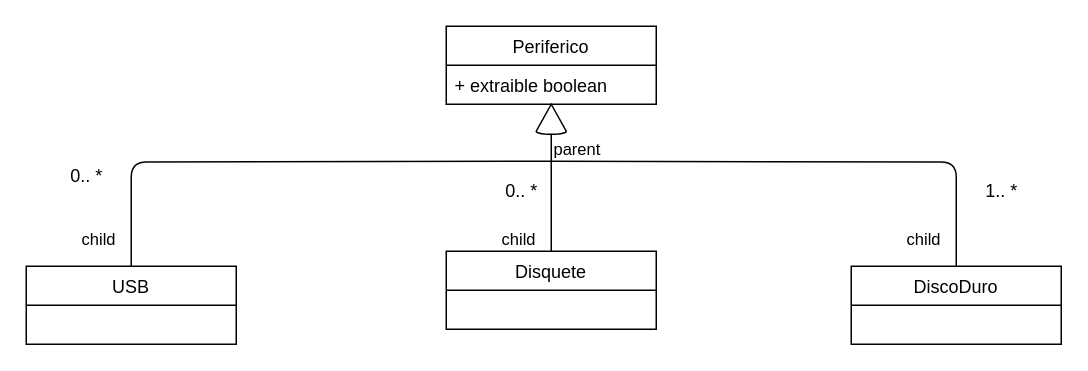
Above: uml/periferico.drawio in javierpb275/lenguaje-marcas (draw.io), before the change. Source tidied: cells renumbered, new cells numbered last; positions are measured from the earlier drawing's top-left corner, leaving out a move shared by most shapes. Both pictures are drawn from the tidied source at 150%, with x=0, y=0 at pixel (26, 26).
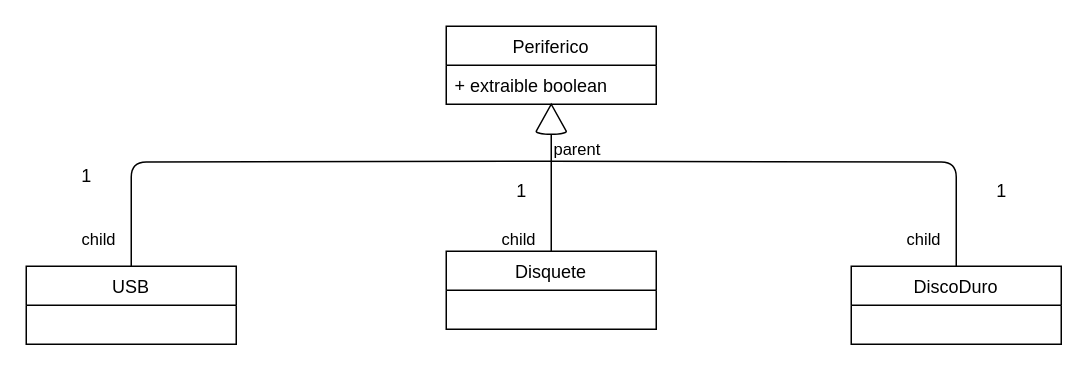
Above is the later version.

Diff of the diagram source:
```diff
@@
-    <mxCell id="16" value="0.. *" style="text;html=1;align=center;verticalAlign=middle;" parent="1" vertex="1">
-      <mxGeometry x="20" y="90" width="40" height="20" as="geometry" />
+    <mxCell id="16" value="1" style="text;html=1;align=center;verticalAlign=middle;" parent="1" vertex="1">
+      <mxGeometry x="30" y="90" width="20" height="20" as="geometry" />
     </mxCell>
-    <mxCell id="17" value="0.. *" style="text;html=1;align=center;verticalAlign=middle;" parent="1" vertex="1">
-      <mxGeometry x="310" y="100" width="40" height="20" as="geometry" />
+    <mxCell id="17" value="1" style="text;html=1;align=center;verticalAlign=middle;" parent="1" vertex="1">
+      <mxGeometry x="320" y="100" width="20" height="20" as="geometry" />
     </mxCell>
-    <mxCell id="18" value="1.. *" style="text;html=1;align=center;verticalAlign=middle;" parent="1" vertex="1">
-      <mxGeometry x="630" y="100" width="40" height="20" as="geometry" />
+    <mxCell id="18" value="1" style="text;html=1;align=center;verticalAlign=middle;" parent="1" vertex="1">
+      <mxGeometry x="640" y="100" width="20" height="20" as="geometry" />
     </mxCell>
```
